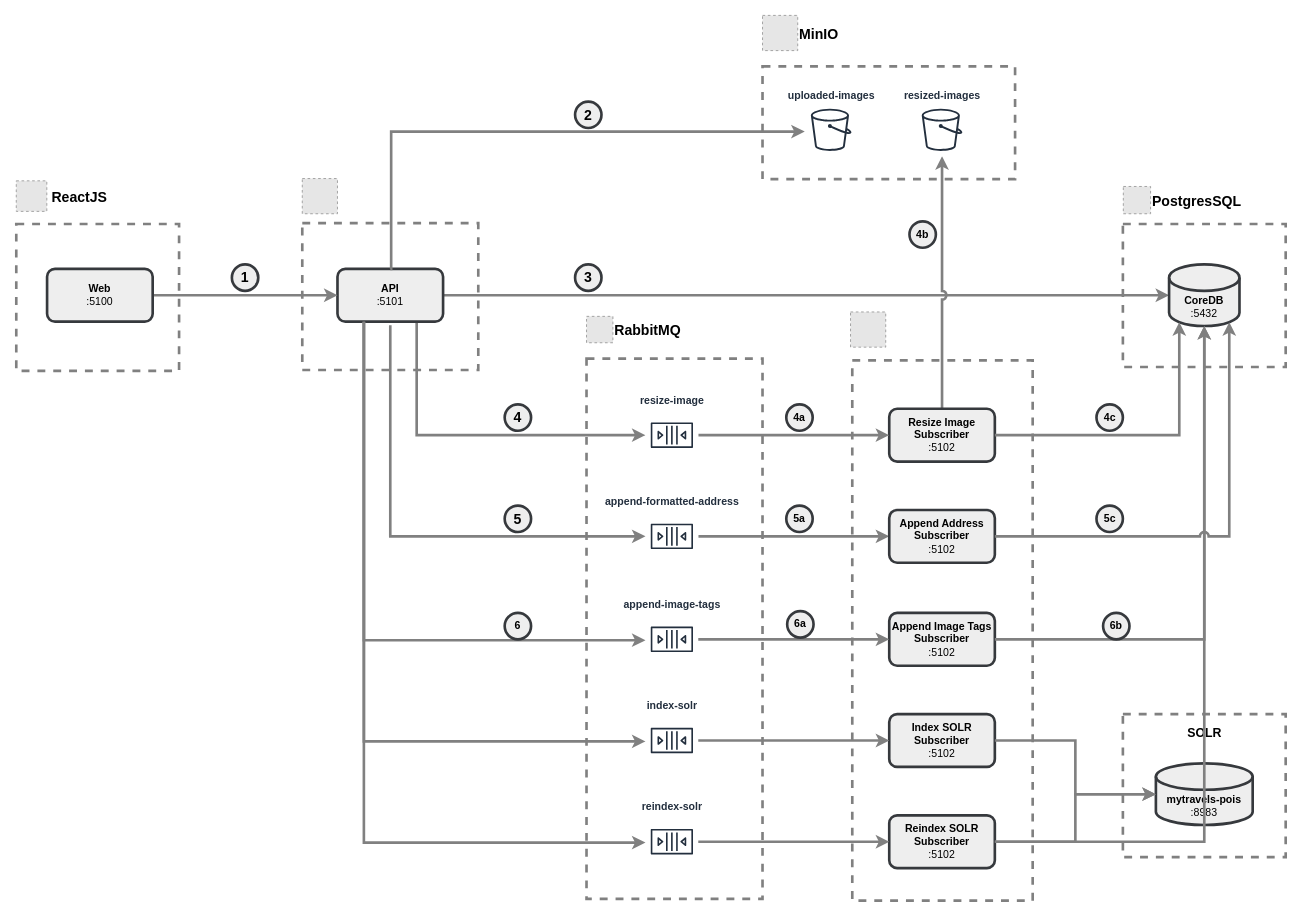
Above: page "Application Architecture" (1 of 10) of drawio/architecture.drawio in k8sforum/intro-to-k8s (draw.io), before the change. Source tidied: cells renumbered, new cells numbered last; positions are measured from the earlier drawing's top-left corner, leaving out a move shared by most shapes. Both pictures are drawn from the tidied source at 88%, with x=0, y=0 at pixel (16, 15). Pictures stored in the file or linked from it are replaced by grey dashed boxes.
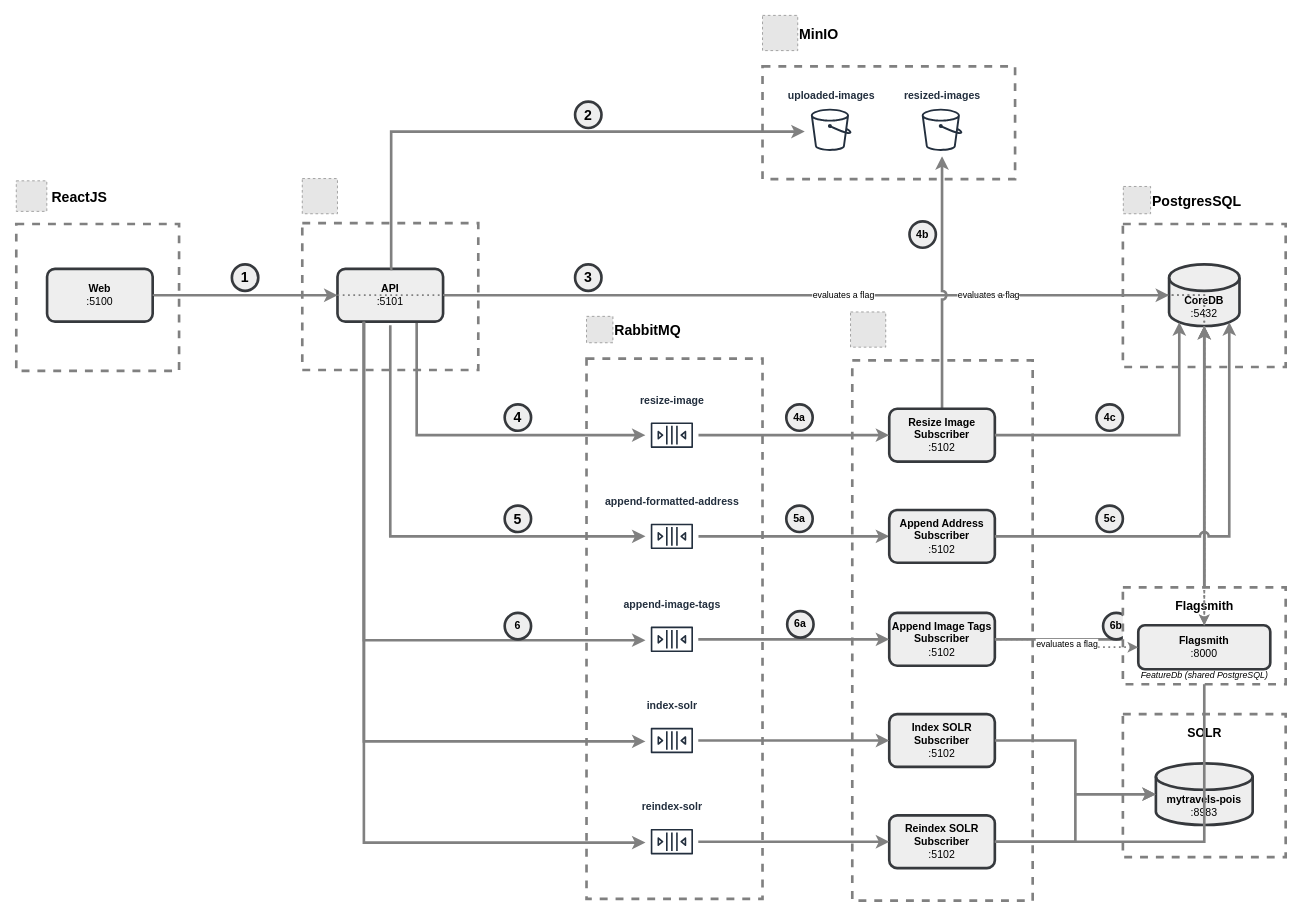
After the change.

Unchanged cells that the change refers to:
```xml
<mxCell id="10" value="&lt;b&gt;API&lt;/b&gt;&lt;div&gt;:5101&lt;/div&gt;" style="rounded=1;whiteSpace=wrap;html=1;strokeWidth=3;fillColor=#eeeeee;strokeColor=#36393d;" parent="1" vertex="1">
  <mxGeometry x="365" y="288" width="120" height="60" as="geometry" />
</mxCell>
<mxCell id="14" value="&lt;b&gt;CoreDB&lt;/b&gt;&lt;div&gt;:5432&lt;/div&gt;" style="shape=cylinder3;whiteSpace=wrap;html=1;boundedLbl=1;backgroundOutline=1;size=15;groupPadding=10;fillColor=#eeeeee;strokeColor=#36393d;strokeWidth=3;" parent="1" vertex="1">
  <mxGeometry x="1310" y="283" width="80" height="70" as="geometry" />
</mxCell>
<mxCell id="22" value="&lt;b&gt;Append Image Tags&lt;/b&gt;&lt;div&gt;&lt;b&gt;Subscriber&lt;/b&gt;&lt;/div&gt;&lt;div&gt;:5102&lt;/div&gt;" style="rounded=1;whiteSpace=wrap;html=1;fillColor=#eeeeee;strokeColor=#36393d;strokeWidth=3;" parent="1" vertex="1">
  <mxGeometry x="992" y="679" width="120" height="60" as="geometry" />
</mxCell>
<mxCell id="45" value="&lt;b&gt;Web&lt;/b&gt;&lt;div&gt;:5100&lt;/div&gt;" style="rounded=1;whiteSpace=wrap;html=1;strokeWidth=3;fillColor=#eeeeee;strokeColor=#36393d;" parent="1" vertex="1">
  <mxGeometry x="35" y="288" width="120" height="60" as="geometry" />
</mxCell>
```

What changed in the source:
```diff
@@
+    <mxCell id="67" style="rounded=0;whiteSpace=wrap;html=1;strokeWidth=3;dashed=1;strokeColor=#808080;" parent="1" vertex="1">
+      <mxGeometry x="1257.5" y="650" width="185" height="110" as="geometry" />
+    </mxCell>
+    <mxCell id="68" value="Flagsmith" style="text;html=1;align=center;verticalAlign=middle;whiteSpace=wrap;rounded=0;fontSize=14;fontStyle=1;" parent="1" vertex="1">
+      <mxGeometry x="1257.5" y="656" width="185" height="30" as="geometry" />
+    </mxCell>
+    <mxCell id="69" value="&lt;b&gt;Flagsmith&lt;/b&gt;&lt;div&gt;:8000&lt;/div&gt;" style="rounded=1;whiteSpace=wrap;html=1;fillColor=#eeeeee;strokeColor=#36393d;strokeWidth=3;" parent="1" vertex="1">
+      <mxGeometry x="1275" y="693" width="150" height="50" as="geometry" />
+    </mxCell>
+    <mxCell id="70" value="FeatureDb (shared PostgreSQL)" style="text;html=1;align=center;verticalAlign=middle;whiteSpace=wrap;rounded=0;fontSize=10;fontStyle=2;" parent="1" vertex="1">
+      <mxGeometry x="1257.5" y="740" width="185" height="20" as="geometry" />
+    </mxCell>
+    <mxCell id="71" style="edgeStyle=orthogonalEdgeStyle;rounded=0;jettySize=auto;html=1;dashed=1;dashPattern=1 2;strokeColor=#808080;strokeWidth=2;" parent="1" edge="1" source="69" target="14">
+      <mxGeometry relative="1" as="geometry" />
+    </mxCell>
+    <mxCell id="72" value="evaluates a flag" style="edgeStyle=orthogonalEdgeStyle;rounded=0;jettySize=auto;html=1;dashed=1;dashPattern=1 2;strokeColor=#808080;strokeWidth=2;fontSize=10;" parent="1" edge="1" source="10" target="69">
+      <mxGeometry relative="1" as="geometry" />
+    </mxCell>
+    <mxCell id="73" value="evaluates a flag" style="edgeStyle=orthogonalEdgeStyle;rounded=0;jettySize=auto;html=1;dashed=1;dashPattern=1 2;strokeColor=#808080;strokeWidth=2;fontSize=10;" parent="1" edge="1" source="22" target="69">
+      <mxGeometry relative="1" as="geometry" />
+    </mxCell>
+    <mxCell id="74" value="evaluates a flag" style="edgeStyle=orthogonalEdgeStyle;rounded=0;jettySize=auto;html=1;dashed=1;dashPattern=1 2;strokeColor=#808080;strokeWidth=2;fontSize=10;" parent="1" edge="1" source="45" target="69">
+      <mxGeometry relative="1" as="geometry" />
+    </mxCell>
```
